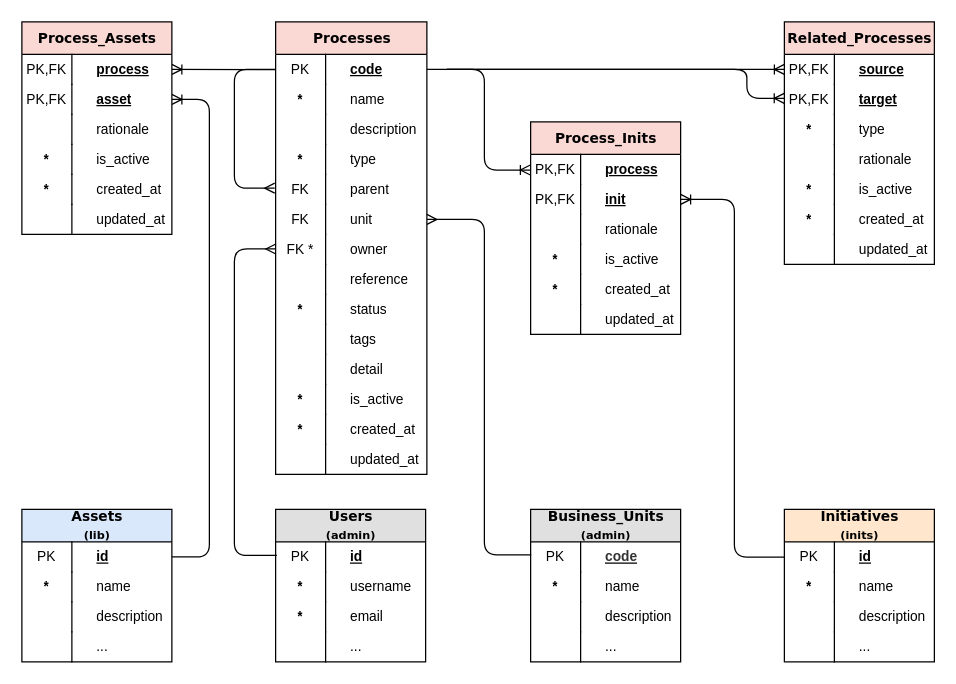
Earlier version of the draw.io diagram page "proc" (8 of 8) of docs/models.drawio (abc-flex/synapxia). Source tidied: cells renumbered, new cells numbered last; positions are measured from the earlier drawing's top-left corner, leaving out a move shared by most shapes. Both pictures are drawn from the tidied source at 125%, with x=0, y=0 at pixel (21, 21).
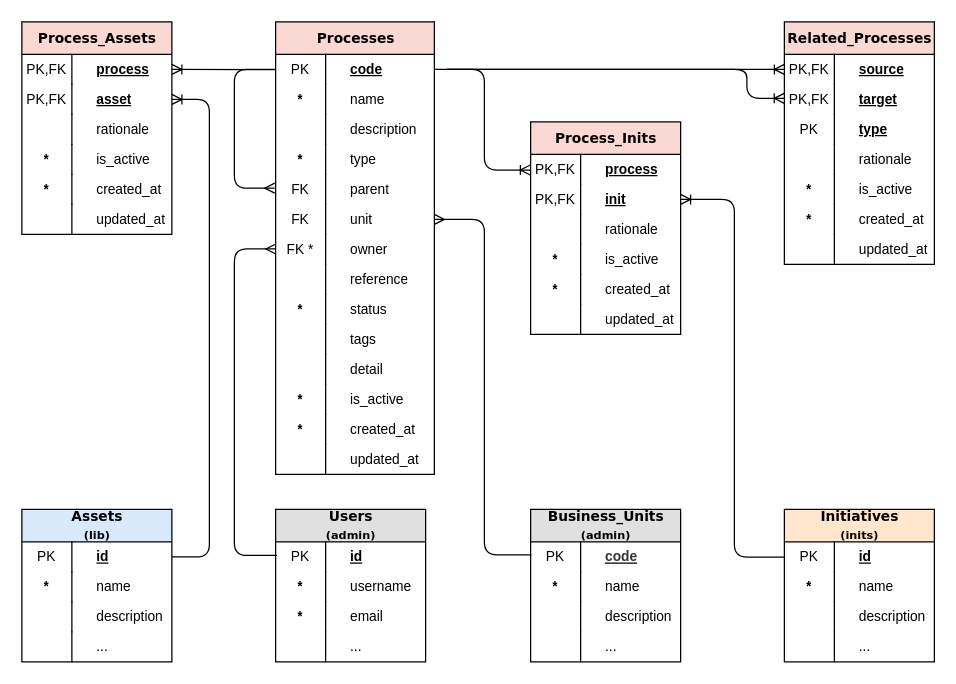
The same diagram, later.

The change refers to these unchanged cells:
```xml
<mxCell id="2" value="Related_Processes" style="swimlane;html=1;fontStyle=1;horizontal=1;startSize=26;fillColor=#FAD9D5;swimlaneFillColor=#ffffff;align=center;rounded=0;shadow=0;comic=0;labelBackgroundColor=none;strokeWidth=1;fontFamily=Verdana;fontSize=11;spacing=0;" parent="1" vertex="1">
  <mxGeometry x="610" width="120" height="194" as="geometry" />
</mxCell>
```

Diff of the diagram source:
```diff
@@
-    <mxCell id="7" value="type" style="shape=partialRectangle;top=0;left=0;right=0;bottom=0;html=1;align=left;verticalAlign=middle;fillColor=none;spacingLeft=60;spacingRight=4;whiteSpace=wrap;overflow=hidden;fontStyle=0;fontSize=11;spacing=0;" parent="2" vertex="1">
+    <mxCell id="7" value="&lt;u&gt;&lt;b&gt;type&lt;/b&gt;&lt;/u&gt;" style="shape=partialRectangle;top=0;left=0;right=0;bottom=0;html=1;align=left;verticalAlign=middle;fillColor=none;spacingLeft=60;spacingRight=4;whiteSpace=wrap;overflow=hidden;fontStyle=0;fontSize=11;spacing=0;" parent="2" vertex="1">
       <mxGeometry y="74" width="120" height="24" as="geometry" />
     </mxCell>
-    <mxCell id="8" value="&lt;b&gt;*&lt;/b&gt;" style="shape=partialRectangle;fontStyle=0;top=0;left=0;bottom=0;html=1;fillColor=none;align=center;verticalAlign=middle;spacingLeft=4;spacingRight=4;whiteSpace=wrap;overflow=hidden;fontSize=11;spacing=0;" parent="7" vertex="1">
+    <mxCell id="8" value="PK" style="shape=partialRectangle;fontStyle=0;top=0;left=0;bottom=0;html=1;fillColor=none;align=center;verticalAlign=middle;spacingLeft=4;spacingRight=4;whiteSpace=wrap;overflow=hidden;fontSize=11;spacing=0;" parent="7" vertex="1">
       <mxGeometry width="40" height="24" as="geometry" />
     </mxCell>
@@
     <mxCell id="32" value="Processes" style="swimlane;html=1;fontStyle=1;horizontal=1;startSize=26;fillColor=#FAD9D5;swimlaneFillColor=#ffffff;align=center;rounded=0;shadow=0;comic=0;labelBackgroundColor=none;strokeWidth=1;fontFamily=Verdana;fontSize=11;spacing=0;" parent="1" vertex="1">
-      <mxGeometry x="203" width="121" height="362" as="geometry" />
+      <mxGeometry x="203" width="127" height="362" as="geometry" />
     </mxCell>
     <mxCell id="33" value="&lt;b&gt;&lt;u&gt;code&lt;/u&gt;&lt;/b&gt;" style="shape=partialRectangle;top=0;left=0;right=0;bottom=0;html=1;align=left;verticalAlign=middle;fillColor=none;spacingLeft=60;spacingRight=4;whiteSpace=wrap;overflow=hidden;points=[[0,0.5],[1,0.5]];portConstraint=eastwest;fontStyle=0;fontSize=11;spacing=0;" parent="32" vertex="1">
-      <mxGeometry y="26" width="121" height="24" as="geometry" />
+      <mxGeometry y="26" width="127" height="24" as="geometry" />
     </mxCell>
@@
     <mxCell id="35" value="name" style="shape=partialRectangle;top=0;left=0;right=0;bottom=0;html=1;align=left;verticalAlign=middle;fillColor=none;spacingLeft=60;spacingRight=4;whiteSpace=wrap;overflow=hidden;fontStyle=0;fontSize=11;spacing=0;" parent="32" vertex="1">
-      <mxGeometry y="50" width="121" height="24" as="geometry" />
+      <mxGeometry y="50" width="127" height="24" as="geometry" />
     </mxCell>
@@
     <mxCell id="37" value="description" style="shape=partialRectangle;top=0;left=0;right=0;bottom=0;html=1;align=left;verticalAlign=middle;fillColor=none;spacingLeft=60;spacingRight=4;whiteSpace=wrap;overflow=hidden;fontStyle=0;fontSize=11;spacing=0;" parent="32" vertex="1">
-      <mxGeometry y="74" width="121" height="24" as="geometry" />
+      <mxGeometry y="74" width="127" height="24" as="geometry" />
     </mxCell>
@@
     <mxCell id="39" value="&lt;span style=&quot;font-weight: 400;&quot;&gt;type&lt;/span&gt;" style="shape=partialRectangle;top=0;left=0;right=0;bottom=0;html=1;align=left;verticalAlign=middle;fillColor=none;spacingLeft=60;spacingRight=4;whiteSpace=wrap;overflow=hidden;fontStyle=1;fontSize=11;spacing=0;" parent="32" vertex="1">
-      <mxGeometry y="98" width="121" height="24" as="geometry" />
+      <mxGeometry y="98" width="127" height="24" as="geometry" />
     </mxCell>
@@
     <mxCell id="41" value="&lt;div style=&quot;text-align: center;&quot;&gt;&lt;span style=&quot;background-color: transparent; color: light-dark(rgb(0, 0, 0), rgb(255, 255, 255));&quot;&gt;parent&lt;/span&gt;&lt;/div&gt;" style="shape=partialRectangle;top=0;left=0;right=0;bottom=0;html=1;align=left;verticalAlign=middle;fillColor=none;spacingLeft=60;spacingRight=4;whiteSpace=wrap;overflow=hidden;fontStyle=0;fontSize=11;spacing=0;" parent="32" vertex="1">
-      <mxGeometry y="122" width="121" height="24" as="geometry" />
+      <mxGeometry y="122" width="127" height="24" as="geometry" />
     </mxCell>
@@
     <mxCell id="43" value="unit" style="shape=partialRectangle;top=0;left=0;right=0;bottom=0;html=1;align=left;verticalAlign=middle;fillColor=none;spacingLeft=60;spacingRight=4;whiteSpace=wrap;overflow=hidden;points=[[0,0.5],[1,0.5]];portConstraint=eastwest;fontStyle=0;fontSize=11;spacing=0;" parent="32" vertex="1">
-      <mxGeometry y="146" width="121" height="24" as="geometry" />
+      <mxGeometry y="146" width="127" height="24" as="geometry" />
     </mxCell>
@@
     <mxCell id="45" value="owner" style="shape=partialRectangle;top=0;left=0;right=0;bottom=0;html=1;align=left;verticalAlign=middle;fillColor=none;spacingLeft=60;spacingRight=4;whiteSpace=wrap;overflow=hidden;fontStyle=0;fontSize=11;spacing=0;" parent="32" vertex="1">
-      <mxGeometry y="170" width="121" height="24" as="geometry" />
+      <mxGeometry y="170" width="127" height="24" as="geometry" />
     </mxCell>
@@
     <mxCell id="47" value="reference" style="shape=partialRectangle;top=0;left=0;right=0;bottom=0;html=1;align=left;verticalAlign=middle;fillColor=none;spacingLeft=60;spacingRight=4;whiteSpace=wrap;overflow=hidden;fontStyle=0;fontSize=11;spacing=0;" parent="32" vertex="1">
-      <mxGeometry y="194" width="121" height="24" as="geometry" />
+      <mxGeometry y="194" width="127" height="24" as="geometry" />
     </mxCell>
@@
     <mxCell id="49" value="status" style="shape=partialRectangle;top=0;left=0;right=0;bottom=0;html=1;align=left;verticalAlign=middle;fillColor=none;spacingLeft=60;spacingRight=4;whiteSpace=wrap;overflow=hidden;fontStyle=0;fontSize=11;spacing=0;" parent="32" vertex="1">
-      <mxGeometry y="218" width="121" height="24" as="geometry" />
+      <mxGeometry y="218" width="127" height="24" as="geometry" />
     </mxCell>
@@
     <mxCell id="51" value="tags" style="shape=partialRectangle;top=0;left=0;right=0;bottom=0;html=1;align=left;verticalAlign=middle;fillColor=none;spacingLeft=60;spacingRight=4;whiteSpace=wrap;overflow=hidden;fontStyle=0;fontSize=11;spacing=0;" parent="32" vertex="1">
-      <mxGeometry y="242" width="121" height="24" as="geometry" />
+      <mxGeometry y="242" width="127" height="24" as="geometry" />
     </mxCell>
@@
     <mxCell id="53" value="detail" style="shape=partialRectangle;top=0;left=0;right=0;bottom=0;html=1;align=left;verticalAlign=middle;fillColor=none;spacingLeft=60;spacingRight=4;whiteSpace=wrap;overflow=hidden;fontStyle=0;fontSize=11;spacing=0;" parent="32" vertex="1">
-      <mxGeometry y="266" width="121" height="24" as="geometry" />
+      <mxGeometry y="266" width="127" height="24" as="geometry" />
     </mxCell>
@@
     <mxCell id="55" value="is_active" style="shape=partialRectangle;top=0;left=0;right=0;bottom=0;html=1;align=left;verticalAlign=middle;fillColor=none;spacingLeft=60;spacingRight=4;whiteSpace=wrap;overflow=hidden;fontStyle=0;fontSize=11;spacing=0;" parent="32" vertex="1">
-      <mxGeometry y="290" width="121" height="24" as="geometry" />
+      <mxGeometry y="290" width="127" height="24" as="geometry" />
     </mxCell>
@@
     <mxCell id="57" value="created_at" style="shape=partialRectangle;top=0;left=0;right=0;bottom=0;html=1;align=left;verticalAlign=middle;fillColor=none;spacingLeft=60;spacingRight=4;whiteSpace=wrap;overflow=hidden;fontStyle=0;fontSize=11;spacing=0;" parent="32" vertex="1">
-      <mxGeometry y="314" width="121" height="24" as="geometry" />
+      <mxGeometry y="314" width="127" height="24" as="geometry" />
     </mxCell>
@@
     <mxCell id="59" value="updated_at" style="shape=partialRectangle;top=0;left=0;right=0;bottom=0;html=1;align=left;verticalAlign=middle;fillColor=none;spacingLeft=60;spacingRight=4;whiteSpace=wrap;overflow=hidden;fontStyle=0;fontSize=11;spacing=0;" parent="32" vertex="1">
-      <mxGeometry y="338" width="121" height="24" as="geometry" />
+      <mxGeometry y="338" width="127" height="24" as="geometry" />
     </mxCell>
```
